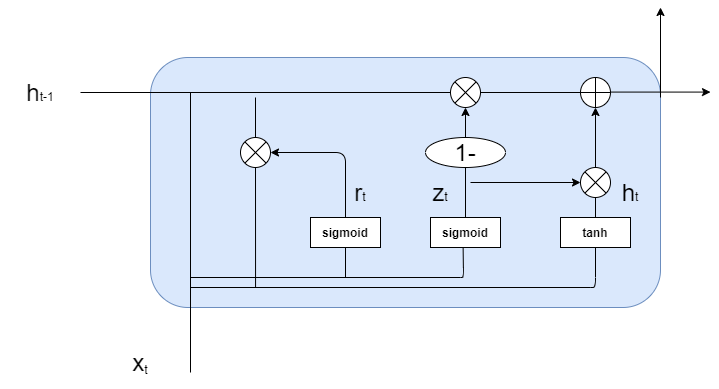
The draw.io diagram GRU.png in AddsionPaPa/NLP, before a commit. Source tidied: cells renumbered, new cells last; positions are measured from the earlier drawing's top-left corner, leaving out a move shared by most shapes.
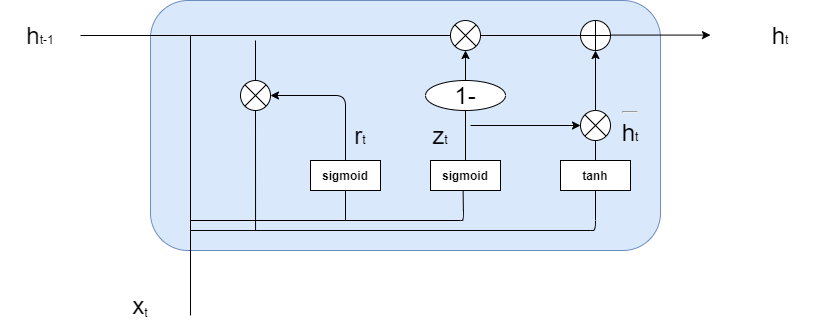
Above is the later version.

Diff of the diagram source:
```diff
@@ -47,12 +47,6 @@
     <mxCell id="15" style="endArrow=none;html=1;entryX=1;entryY=0.5;entryDx=0;entryDy=0;exitX=0;exitY=0.5;exitDx=0;exitDy=0;" parent="1" edge="1" source="9" target="8">
       <mxGeometry relative="1" as="geometry" />
     </mxCell>
-    <mxCell id="16" style="endArrow=classic;html=1;" parent="1" edge="1">
-      <mxGeometry relative="1" as="geometry">
-        <mxPoint x="660" y="90" as="sourcePoint" />
-        <mxPoint x="660" as="targetPoint" />
-      </mxGeometry>
-    </mxCell>
     <mxCell id="17" style="endArrow=none;html=1;" parent="1" edge="1">
       <mxGeometry relative="1" as="geometry">
         <mxPoint x="190" y="365" as="sourcePoint" />
@@ -129,8 +123,11 @@
     <mxCell id="32" value="&lt;sub&gt;&lt;span style=&quot;font-size: 24px&quot;&gt;z&lt;/span&gt;t&lt;/sub&gt;" style="text;html=1;strokeColor=none;fillColor=none;align=center;verticalAlign=middle;whiteSpace=wrap;rounded=0;" parent="1" vertex="1">
       <mxGeometry x="400" y="160" width="80" height="50" as="geometry" />
     </mxCell>
-    <mxCell id="33" value="&lt;sub&gt;&lt;span style=&quot;font-size: 24px&quot;&gt;h&lt;/span&gt;t&lt;/sub&gt;" style="text;html=1;strokeColor=none;fillColor=none;align=center;verticalAlign=middle;whiteSpace=wrap;rounded=0;" parent="1" vertex="1">
-      <mxGeometry x="590" y="160" width="80" height="50" as="geometry" />
+    <mxCell id="33" value="&lt;hr&gt;&lt;sub&gt;&lt;span style=&quot;font-size: 24px&quot;&gt;h&lt;/span&gt;t&lt;/sub&gt;" style="text;html=1;strokeColor=none;fillColor=none;align=center;verticalAlign=middle;whiteSpace=wrap;rounded=0;" parent="1" vertex="1">
+      <mxGeometry x="590" y="150" width="80" height="50" as="geometry" />
     </mxCell>
+    <mxCell id="34" value="&lt;sub&gt;&lt;span style=&quot;font-size: 24px&quot;&gt;h&lt;/span&gt;t&lt;/sub&gt;" style="text;html=1;strokeColor=none;fillColor=none;align=center;verticalAlign=middle;whiteSpace=wrap;rounded=0;" parent="1" vertex="1">
+      <mxGeometry x="740" y="60" width="80" height="50" as="geometry" />
+    </mxCell>
   </root>
 </mxGraphModel>
```
